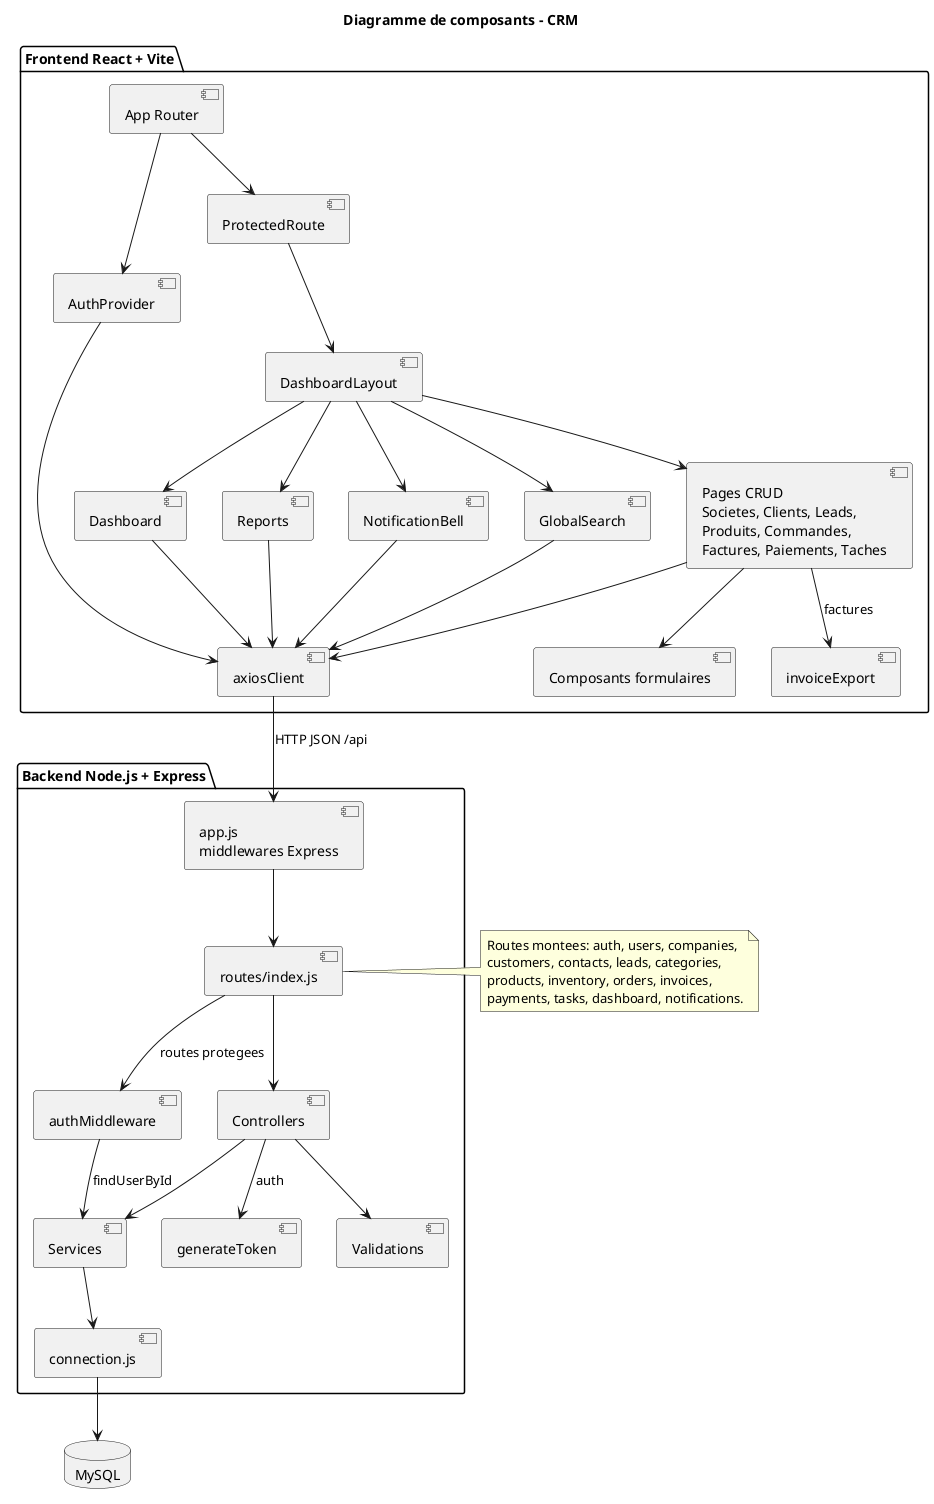
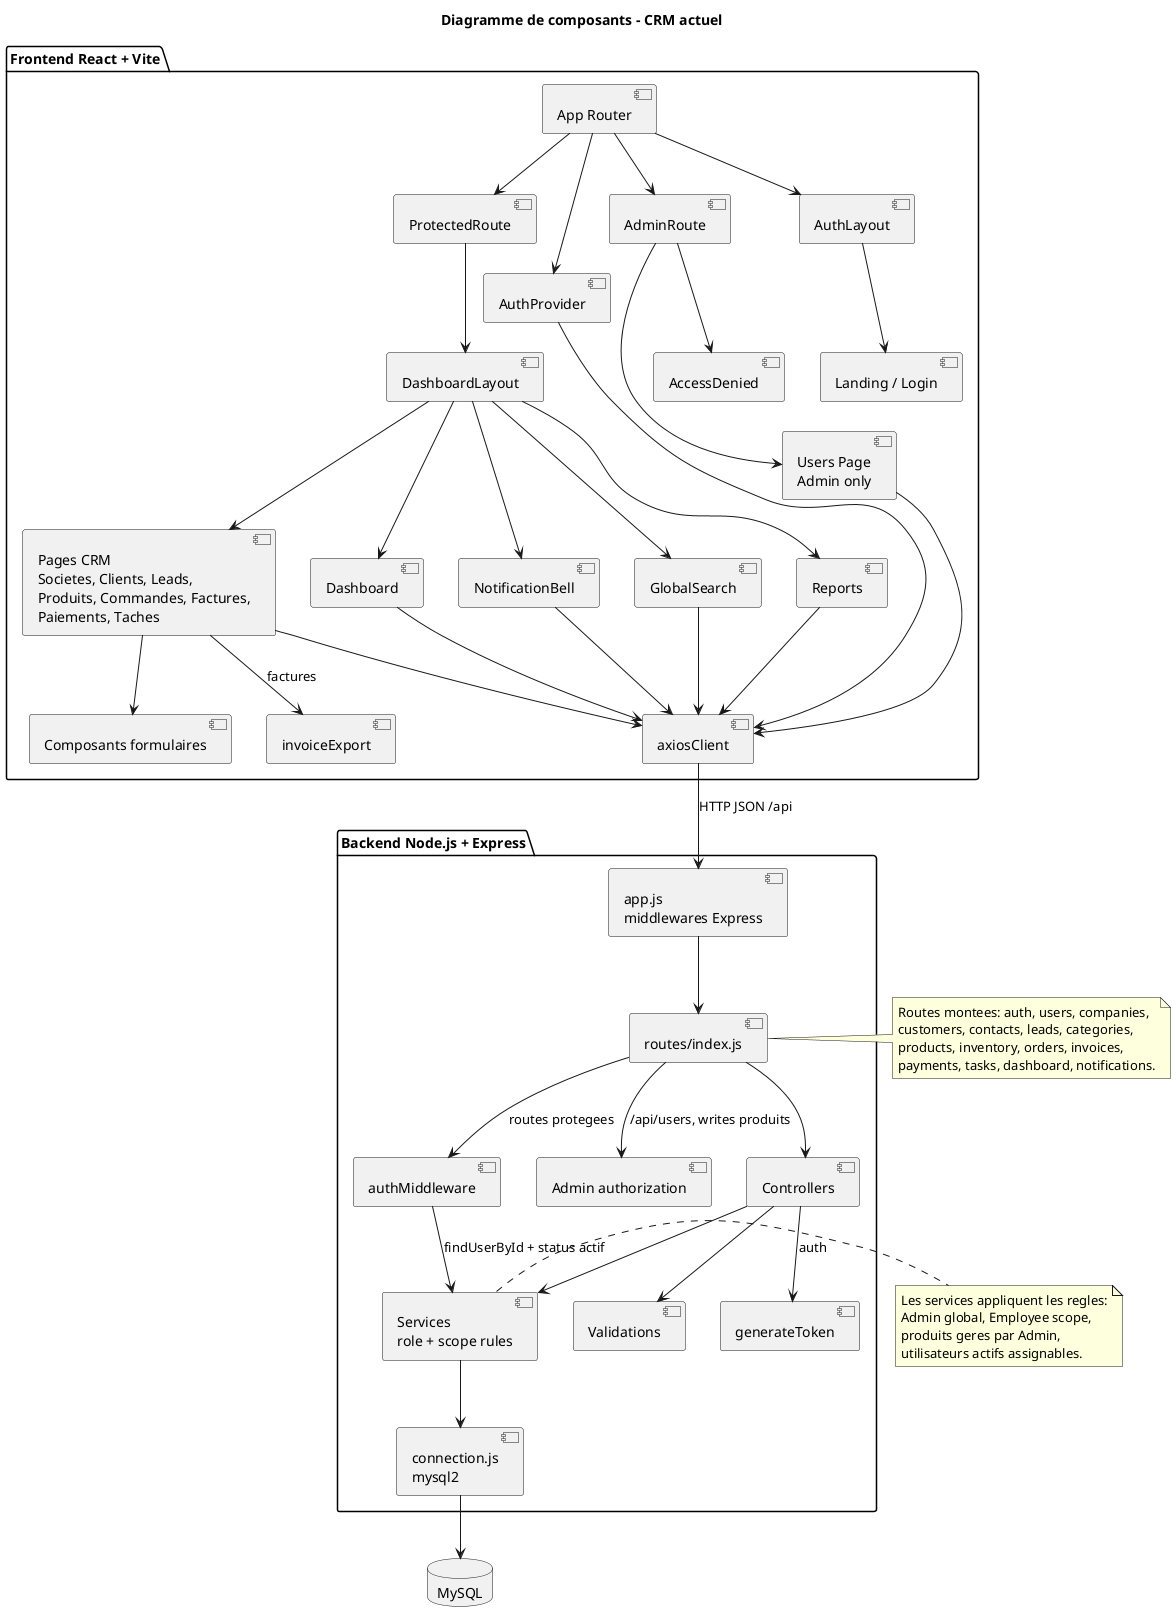
@startuml
- title Diagramme de composants - CRM
+ title Diagramme de composants - CRM actuel

package "Frontend React + Vite" {
  [App Router] as App
  [AuthProvider] as AuthProvider
  [ProtectedRoute] as ProtectedRoute
+   [AdminRoute] as AdminRoute
  [DashboardLayout] as Layout
-   [Pages CRUD\nSocietes, Clients, Leads,\nProduits, Commandes,\nFactures, Paiements, Taches] as PagesCrud
+   [AuthLayout] as AuthLayout
+   [Landing / Login] as PublicPages
+   [Pages CRM\nSocietes, Clients, Leads,\nProduits, Commandes, Factures,\nPaiements, Taches] as PagesCrud
+   [Users Page\nAdmin only] as UsersPage
+   [AccessDenied] as AccessDenied
  [Dashboard] as DashboardPage
  [Reports] as ReportsPage
  [Composants formulaires] as FormModals
  [NotificationBell] as NotificationBell
  [GlobalSearch] as Search
  [invoiceExport] as InvoiceExport
  [axiosClient] as Axios
}

package "Backend Node.js + Express" {
  [app.js\nmiddlewares Express] as ExpressApp
  [routes/index.js] as RoutesIndex
  [authMiddleware] as AuthMiddleware
+   [Admin authorization] as AdminAuth
  [Controllers] as Controllers
  [Validations] as Validations
-   [Services] as Services
+   [Services\nrole + scope rules] as Services
  [generateToken] as GenerateToken
-   [connection.js] as Connection
+   [connection.js\nmysql2] as Connection
}

database "MySQL" as MySQL

App --> AuthProvider
App --> ProtectedRoute
+ App --> AdminRoute
+ App --> AuthLayout
+ AuthLayout --> PublicPages
ProtectedRoute --> Layout
+ AdminRoute --> UsersPage
+ AdminRoute --> AccessDenied
Layout --> PagesCrud
Layout --> DashboardPage
Layout --> ReportsPage
Layout --> NotificationBell
Layout --> Search
PagesCrud --> FormModals
PagesCrud --> InvoiceExport : factures
AuthProvider --> Axios
PagesCrud --> Axios
+ UsersPage --> Axios
DashboardPage --> Axios
ReportsPage --> Axios
NotificationBell --> Axios
Search --> Axios

Axios --> ExpressApp : HTTP JSON /api
ExpressApp --> RoutesIndex
RoutesIndex --> AuthMiddleware : routes protegees
+ RoutesIndex --> AdminAuth : /api/users, writes produits
RoutesIndex --> Controllers
Controllers --> Validations
Controllers --> Services
Controllers --> GenerateToken : auth
- AuthMiddleware --> Services : findUserById
+ AuthMiddleware --> Services : findUserById + status actif
Services --> Connection
Connection --> MySQL

note right of RoutesIndex
Routes montees: auth, users, companies,
customers, contacts, leads, categories,
products, inventory, orders, invoices,
payments, tasks, dashboard, notifications.
end note
+ 
+ note right of Services
+ Les services appliquent les regles:
+ Admin global, Employee scope,
+ produits geres par Admin,
+ utilisateurs actifs assignables.
+ end note
@enduml
